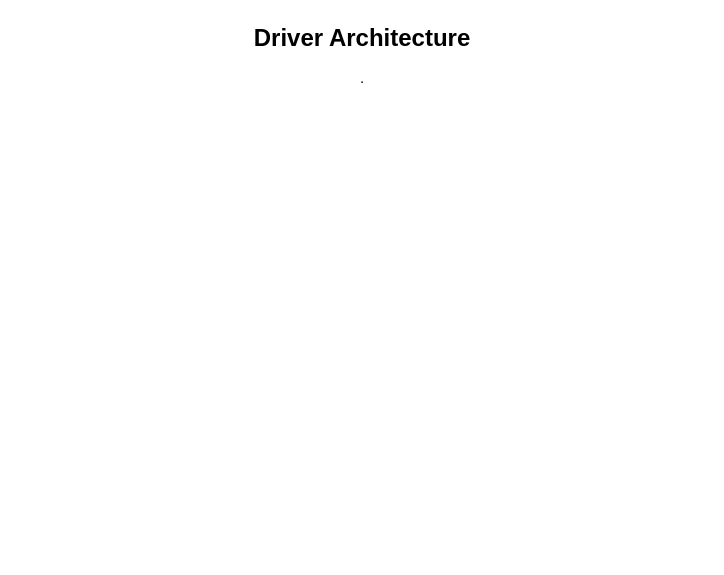
This is page "05 - Driver Architecture" (5 of 9) of docs/Architecture.drawio from brajogopal/HEXBOOT_F0, a draw.io file, before an edit. Source tidied: cells renumbered, new cells numbered last; positions are measured from the earlier drawing's top-left corner, leaving out a move shared by most shapes. Both pictures are drawn from the tidied source at 100%, with x=0, y=0 at pixel (17, 17).
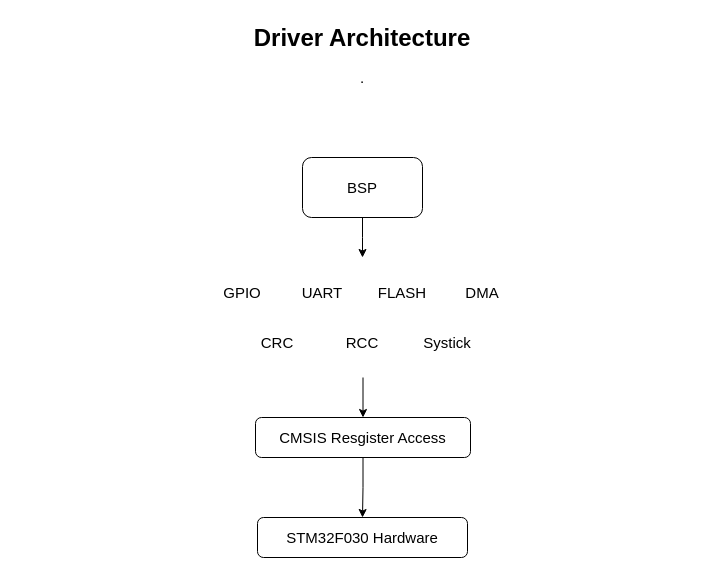
After the change.

The edit, as a diff of the source:
```diff
@@
 <mxGraphModel>
   <root>
     <mxCell id="0" />
     <mxCell id="1" parent="0" />
     <mxCell id="2" value="&lt;h1 style=&quot;margin-top: 0px;&quot;&gt;Driver Architecture&lt;/h1&gt;&lt;p&gt;&lt;font style=&quot;font-size: 15px;&quot;&gt;.&lt;/font&gt;&lt;/p&gt;" style="text;html=1;whiteSpace=wrap;overflow=hidden;rounded=0;align=center;" parent="1" vertex="1">
       <mxGeometry width="690" height="90" as="geometry" />
     </mxCell>
+    <mxCell id="3" style="edgeStyle=orthogonalEdgeStyle;rounded=0;jettySize=auto;html=1;" parent="1" edge="1" source="4">
+      <mxGeometry relative="1" as="geometry">
+        <mxPoint x="345" y="240" as="targetPoint" />
+      </mxGeometry>
+    </mxCell>
+    <mxCell id="4" value="&lt;font style=&quot;font-size: 15px;&quot;&gt;BSP&lt;/font&gt;" style="rounded=1;whiteSpace=wrap;html=1;" parent="1" vertex="1">
+      <mxGeometry x="285" y="140" width="120" height="60" as="geometry" />
+    </mxCell>
+    <mxCell id="5" value="&lt;font style=&quot;font-size: 15px;&quot;&gt;GPIO&lt;/font&gt;" style="text;html=1;whiteSpace=wrap;strokeColor=none;fillColor=none;align=center;verticalAlign=middle;rounded=0;" parent="1" vertex="1">
+      <mxGeometry x="195" y="260" width="60" height="30" as="geometry" />
+    </mxCell>
+    <mxCell id="6" value="&lt;font style=&quot;font-size: 15px;&quot;&gt;UART&lt;/font&gt;" style="text;html=1;whiteSpace=wrap;strokeColor=none;fillColor=none;align=center;verticalAlign=middle;rounded=0;" parent="1" vertex="1">
+      <mxGeometry x="275" y="260" width="60" height="30" as="geometry" />
+    </mxCell>
+    <mxCell id="7" value="&lt;font style=&quot;font-size: 15px;&quot;&gt;FLASH&lt;/font&gt;" style="text;html=1;whiteSpace=wrap;strokeColor=none;fillColor=none;align=center;verticalAlign=middle;rounded=0;" parent="1" vertex="1">
+      <mxGeometry x="355" y="260" width="60" height="30" as="geometry" />
+    </mxCell>
+    <mxCell id="8" value="&lt;font style=&quot;font-size: 15px;&quot;&gt;DMA&lt;/font&gt;" style="text;html=1;whiteSpace=wrap;strokeColor=none;fillColor=none;align=center;verticalAlign=middle;rounded=0;" parent="1" vertex="1">
+      <mxGeometry x="435" y="260" width="60" height="30" as="geometry" />
+    </mxCell>
+    <mxCell id="9" value="&lt;font style=&quot;font-size: 15px;&quot;&gt;CRC&lt;/font&gt;" style="text;html=1;whiteSpace=wrap;strokeColor=none;fillColor=none;align=center;verticalAlign=middle;rounded=0;" parent="1" vertex="1">
+      <mxGeometry x="230" y="310" width="60" height="30" as="geometry" />
+    </mxCell>
+    <mxCell id="10" style="edgeStyle=orthogonalEdgeStyle;rounded=0;jettySize=auto;html=1;" parent="1" edge="1" target="14">
+      <mxGeometry relative="1" as="geometry">
+        <mxPoint x="345.5" y="360" as="sourcePoint" />
+        <Array as="points">
+          <mxPoint x="345.5" y="360" />
+        </Array>
+      </mxGeometry>
+    </mxCell>
+    <mxCell id="11" value="&lt;font style=&quot;font-size: 15px;&quot;&gt;RCC&lt;/font&gt;" style="text;html=1;whiteSpace=wrap;strokeColor=none;fillColor=none;align=center;verticalAlign=middle;rounded=0;" parent="1" vertex="1">
+      <mxGeometry x="315" y="310" width="60" height="30" as="geometry" />
+    </mxCell>
+    <mxCell id="12" value="&lt;font style=&quot;font-size: 15px;&quot;&gt;Systick&lt;/font&gt;" style="text;html=1;whiteSpace=wrap;strokeColor=none;fillColor=none;align=center;verticalAlign=middle;rounded=0;" parent="1" vertex="1">
+      <mxGeometry x="400" y="310" width="60" height="30" as="geometry" />
+    </mxCell>
+    <mxCell id="13" style="edgeStyle=orthogonalEdgeStyle;rounded=0;jettySize=auto;html=1;" parent="1" edge="1" source="14" target="15">
+      <mxGeometry relative="1" as="geometry" />
+    </mxCell>
+    <mxCell id="14" value="&lt;font style=&quot;font-size: 15px;&quot;&gt;CMSIS Resgister Access&lt;/font&gt;" style="rounded=1;whiteSpace=wrap;html=1;" parent="1" vertex="1">
+      <mxGeometry x="238" y="400" width="215" height="40" as="geometry" />
+    </mxCell>
+    <mxCell id="15" value="&lt;font style=&quot;font-size: 15px;&quot;&gt;STM32F030 Hardware&lt;/font&gt;" style="rounded=1;whiteSpace=wrap;html=1;" parent="1" vertex="1">
+      <mxGeometry x="240" y="500" width="210" height="40" as="geometry" />
+    </mxCell>
   </root>
 </mxGraphModel>
```
